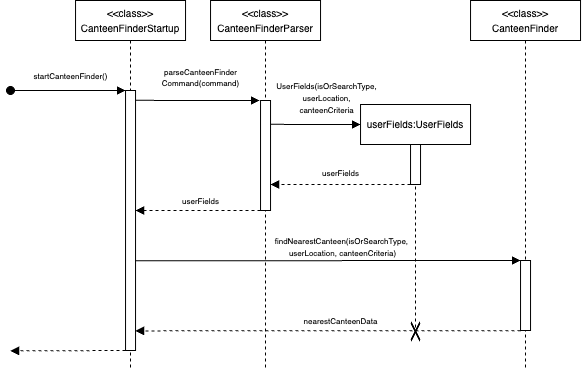
AY2425S2-CS2113-W12-2/tp keeps this draw.io diagram as docs/diagrams/CanteenFinderStartupSequenceDiagram.drawio.png. Above is the earlier version. Source tidied: cells renumbered, new cells last; positions are measured from the earlier drawing's top-left corner, leaving out a move shared by most shapes. Source of this version:
```xml
<mxGraphModel>
  <root>
    <mxCell id="0" />
    <mxCell id="1" parent="0" />
    <mxCell id="2" value="&lt;div&gt;&lt;font style=&quot;font-size: 10px;&quot;&gt;&amp;lt;&amp;lt;class&amp;gt;&amp;gt;&lt;/font&gt;&lt;/div&gt;&lt;font style=&quot;font-size: 10px;&quot;&gt;CanteenFinderParser&lt;/font&gt;" style="shape=umlLifeline;perimeter=lifelinePerimeter;whiteSpace=wrap;html=1;newEdgeStyle={&quot;edgeStyle&quot;:&quot;elbowEdgeStyle&quot;,&quot;elbow&quot;:&quot;vertical&quot;,&quot;curved&quot;:0,&quot;rounded&quot;:0};size=40;" parent="1" vertex="1">
      <mxGeometry x="200" width="110" height="370" as="geometry" />
    </mxCell>
    <mxCell id="3" style="html=1;perimeter=orthogonalPerimeter;targetShapes=umlLifeline;newEdgeStyle={&quot;edgeStyle&quot;:&quot;elbowEdgeStyle&quot;,&quot;elbow&quot;:&quot;vertical&quot;,&quot;curved&quot;:0,&quot;rounded&quot;:0};" parent="2" vertex="1">
      <mxGeometry x="50" y="100" width="10" height="110" as="geometry" />
    </mxCell>
    <mxCell id="4" value="&lt;div style=&quot;line-height: 100%;&quot;&gt;&lt;div&gt;&lt;font style=&quot;font-size: 8px; line-height: 100%;&quot;&gt;parseCanteenFinder&lt;/font&gt;&lt;/div&gt;&lt;div&gt;&lt;font style=&quot;font-size: 8px; line-height: 100%;&quot;&gt;Command(command)&lt;/font&gt;&lt;/div&gt;&lt;/div&gt;" style="html=1;verticalAlign=bottom;startArrow=none;endArrow=block;startSize=8;edgeStyle=elbowEdgeStyle;elbow=vertical;curved=0;rounded=0;startFill=0;labelBackgroundColor=none;" parent="1" edge="1">
      <mxGeometry x="0.06" y="10" relative="1" as="geometry">
        <mxPoint x="124" y="99.8" as="sourcePoint" />
        <mxPoint x="249" y="99.8" as="targetPoint" />
      </mxGeometry>
    </mxCell>
    <mxCell id="5" value="&lt;div&gt;&lt;font style=&quot;font-size: 10px;&quot;&gt;&amp;lt;&amp;lt;class&amp;gt;&amp;gt;&lt;/font&gt;&lt;/div&gt;&lt;font style=&quot;font-size: 10px;&quot;&gt;CanteenFinderStartup&lt;/font&gt;" style="shape=umlLifeline;perimeter=lifelinePerimeter;whiteSpace=wrap;html=1;newEdgeStyle={&quot;edgeStyle&quot;:&quot;elbowEdgeStyle&quot;,&quot;elbow&quot;:&quot;vertical&quot;,&quot;curved&quot;:0,&quot;rounded&quot;:0};size=40;" parent="1" vertex="1">
      <mxGeometry x="65" width="110" height="370" as="geometry" />
    </mxCell>
    <mxCell id="6" style="html=1;perimeter=orthogonalPerimeter;targetShapes=umlLifeline;newEdgeStyle={&quot;edgeStyle&quot;:&quot;elbowEdgeStyle&quot;,&quot;elbow&quot;:&quot;vertical&quot;,&quot;curved&quot;:0,&quot;rounded&quot;:0};" parent="5" vertex="1">
      <mxGeometry x="50" y="90" width="10" height="260" as="geometry" />
    </mxCell>
    <mxCell id="7" style="html=1;verticalAlign=bottom;startArrow=oval;endArrow=block;startSize=8;edgeStyle=elbowEdgeStyle;elbow=horizontal;curved=0;rounded=0;startFill=1;exitX=0.083;exitY=0.233;exitDx=0;exitDy=0;exitPerimeter=0;" parent="1" edge="1">
      <mxGeometry x="0.06" y="-50" relative="1" as="geometry">
        <mxPoint y="90" as="sourcePoint" />
        <mxPoint x="115" y="90" as="targetPoint" />
      </mxGeometry>
    </mxCell>
    <mxCell id="8" style="html=1;verticalAlign=bottom;endArrow=block;edgeStyle=elbowEdgeStyle;elbow=vertical;curved=0;rounded=0;dashed=1;" parent="1" edge="1">
      <mxGeometry relative="1" as="geometry">
        <mxPoint x="115" y="350" as="sourcePoint" />
        <mxPoint y="350.2" as="targetPoint" />
      </mxGeometry>
    </mxCell>
    <mxCell id="9" value="&lt;font style=&quot;line-height: 100%; font-size: 8px;&quot;&gt;startCanteenFinder()&lt;/font&gt;" style="text;html=1;align=center;verticalAlign=middle;strokeColor=none;fillColor=none;" parent="1" vertex="1">
      <mxGeometry x="10" y="60" width="100" height="30" as="geometry" />
    </mxCell>
    <mxCell id="10" style="html=1;verticalAlign=bottom;endArrow=block;edgeStyle=elbowEdgeStyle;elbow=vertical;curved=0;rounded=0;dashed=1;" parent="1" edge="1">
      <mxGeometry relative="1" as="geometry">
        <mxPoint x="250" y="210" as="sourcePoint" />
        <mxPoint x="125" y="210" as="targetPoint" />
        <Array as="points">
          <mxPoint x="180" y="210" />
        </Array>
      </mxGeometry>
    </mxCell>
    <mxCell id="11" value="&lt;div&gt;&lt;span style=&quot;font-size: 10px; background-color: transparent; color: light-dark(rgb(0, 0, 0), rgb(255, 255, 255));&quot;&gt;userFields:UserFields&lt;/span&gt;&lt;/div&gt;" style="shape=umlLifeline;perimeter=lifelinePerimeter;whiteSpace=wrap;html=1;newEdgeStyle={&quot;edgeStyle&quot;:&quot;elbowEdgeStyle&quot;,&quot;elbow&quot;:&quot;vertical&quot;,&quot;curved&quot;:0,&quot;rounded&quot;:0};size=40;" parent="1" vertex="1">
      <mxGeometry x="350" y="104" width="110" height="226" as="geometry" />
    </mxCell>
    <mxCell id="12" style="html=1;perimeter=orthogonalPerimeter;targetShapes=umlLifeline;newEdgeStyle={&quot;edgeStyle&quot;:&quot;elbowEdgeStyle&quot;,&quot;elbow&quot;:&quot;vertical&quot;,&quot;curved&quot;:0,&quot;rounded&quot;:0};" parent="11" vertex="1">
      <mxGeometry x="50" y="40" width="10" height="40" as="geometry" />
    </mxCell>
    <mxCell id="13" style="html=1;verticalAlign=bottom;endArrow=block;edgeStyle=elbowEdgeStyle;elbow=vertical;curved=0;rounded=0;dashed=1;" parent="1" edge="1">
      <mxGeometry relative="1" as="geometry">
        <mxPoint x="400" y="184" as="sourcePoint" />
        <mxPoint x="260" y="184" as="targetPoint" />
        <Array as="points">
          <mxPoint x="275" y="184" />
        </Array>
      </mxGeometry>
    </mxCell>
    <mxCell id="14" style="html=1;verticalAlign=bottom;startArrow=none;endArrow=block;startSize=8;edgeStyle=elbowEdgeStyle;elbow=vertical;curved=0;rounded=0;startFill=0;labelBackgroundColor=none;" parent="1" edge="1">
      <mxGeometry x="0.06" y="10" relative="1" as="geometry">
        <mxPoint x="260" y="123.8" as="sourcePoint" />
        <mxPoint x="350" y="124" as="targetPoint" />
      </mxGeometry>
    </mxCell>
    <mxCell id="15" value="&lt;div style=&quot;line-height: 100%;&quot;&gt;&lt;font style=&quot;font-size: 8px; line-height: 100%;&quot;&gt;UserFields(isOrSearchType,&lt;/font&gt;&lt;div&gt;&lt;font style=&quot;font-size: 8px; line-height: 100%;&quot;&gt;userLocation,&lt;/font&gt;&lt;/div&gt;&lt;div&gt;&lt;font style=&quot;font-size: 8px; line-height: 100%;&quot;&gt;canteenCriteria&lt;/font&gt;&lt;/div&gt;&lt;/div&gt;" style="text;html=1;align=center;verticalAlign=middle;strokeColor=none;fillColor=none;" parent="1" vertex="1">
      <mxGeometry x="256" y="71" width="120" height="50" as="geometry" />
    </mxCell>
    <mxCell id="16" value="&lt;font style=&quot;font-size: 8px;&quot;&gt;userFields&lt;/font&gt;" style="text;html=1;align=center;verticalAlign=middle;strokeColor=none;fillColor=none;" parent="1" vertex="1">
      <mxGeometry x="300" y="157" width="60" height="30" as="geometry" />
    </mxCell>
    <mxCell id="17" value="&lt;font style=&quot;font-size: 8px;&quot;&gt;userFields&lt;/font&gt;" style="text;html=1;align=center;verticalAlign=middle;strokeColor=none;fillColor=none;" parent="1" vertex="1">
      <mxGeometry x="160" y="185" width="60" height="30" as="geometry" />
    </mxCell>
    <mxCell id="18" value="&lt;div&gt;&lt;font style=&quot;font-size: 10px;&quot;&gt;&amp;lt;&amp;lt;class&amp;gt;&amp;gt;&lt;/font&gt;&lt;/div&gt;&lt;font style=&quot;font-size: 10px;&quot;&gt;CanteenFinder&lt;/font&gt;" style="shape=umlLifeline;perimeter=lifelinePerimeter;whiteSpace=wrap;html=1;newEdgeStyle={&quot;edgeStyle&quot;:&quot;elbowEdgeStyle&quot;,&quot;elbow&quot;:&quot;vertical&quot;,&quot;curved&quot;:0,&quot;rounded&quot;:0};size=40;" parent="1" vertex="1">
      <mxGeometry x="460" width="110" height="370" as="geometry" />
    </mxCell>
    <mxCell id="19" style="html=1;perimeter=orthogonalPerimeter;targetShapes=umlLifeline;newEdgeStyle={&quot;edgeStyle&quot;:&quot;elbowEdgeStyle&quot;,&quot;elbow&quot;:&quot;vertical&quot;,&quot;curved&quot;:0,&quot;rounded&quot;:0};" parent="18" vertex="1">
      <mxGeometry x="50" y="260" width="10" height="70" as="geometry" />
    </mxCell>
    <mxCell id="20" style="html=1;verticalAlign=bottom;startArrow=none;endArrow=block;startSize=8;edgeStyle=elbowEdgeStyle;elbow=vertical;curved=0;rounded=0;startFill=0;labelBackgroundColor=none;" parent="1" edge="1">
      <mxGeometry x="0.06" y="10" relative="1" as="geometry">
        <mxPoint x="125" y="260.3" as="sourcePoint" />
        <mxPoint x="510" y="260.3" as="targetPoint" />
      </mxGeometry>
    </mxCell>
    <mxCell id="21" value="&lt;div style=&quot;line-height: 100%;&quot;&gt;&lt;font style=&quot;font-size: 8px; line-height: 100%;&quot;&gt;findNearestCanteen(isOrSearchType,&amp;nbsp;&lt;/font&gt;&lt;div&gt;&lt;font style=&quot;font-size: 8px; line-height: 100%;&quot;&gt;userLocation, canteenCriteria)&lt;/font&gt;&lt;/div&gt;&lt;/div&gt;" style="text;html=1;align=center;verticalAlign=middle;strokeColor=none;fillColor=none;" parent="1" vertex="1">
      <mxGeometry x="252" y="225" width="160" height="40" as="geometry" />
    </mxCell>
    <mxCell id="22" style="html=1;verticalAlign=bottom;endArrow=block;edgeStyle=elbowEdgeStyle;elbow=vertical;curved=0;rounded=0;dashed=1;" parent="1" edge="1">
      <mxGeometry relative="1" as="geometry">
        <mxPoint x="510" y="330.1" as="sourcePoint" />
        <mxPoint x="125" y="330.1" as="targetPoint" />
      </mxGeometry>
    </mxCell>
    <mxCell id="23" value="&lt;div style=&quot;line-height: 100%;&quot;&gt;&lt;span style=&quot;font-size: 8px;&quot;&gt;nearestCanteenData&lt;/span&gt;&lt;/div&gt;" style="text;html=1;align=center;verticalAlign=middle;strokeColor=none;fillColor=none;" parent="1" vertex="1">
      <mxGeometry x="280" y="305" width="100" height="30" as="geometry" />
    </mxCell>
    <mxCell id="24" style="shape=mxgraph.mockup.markup.redX;fillColor=#000000;html=1;shadow=0;whiteSpace=wrap;strokeColor=none;rotation=90;" parent="1" vertex="1">
      <mxGeometry x="395" y="326" width="20" height="10" as="geometry" />
    </mxCell>
  </root>
</mxGraphModel>
```
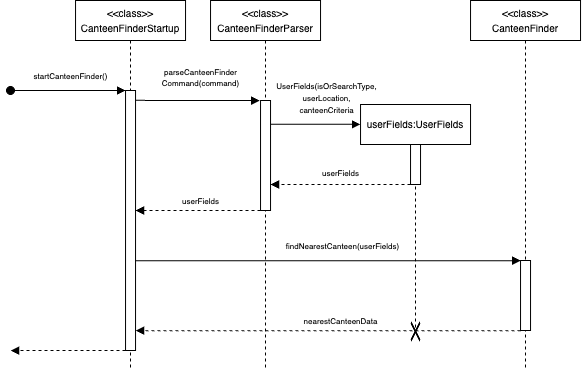
The same file after the commit.

Commit message:
Change UserFields to be a class for better abstraction

Change to the diagram source:
```diff
@@ -86,8 +86,8 @@
         <mxPoint x="510" y="260.3" as="targetPoint" />
       </mxGeometry>
     </mxCell>
-    <mxCell id="21" value="&lt;div style=&quot;line-height: 100%;&quot;&gt;&lt;font style=&quot;font-size: 8px; line-height: 100%;&quot;&gt;findNearestCanteen(isOrSearchType,&amp;nbsp;&lt;/font&gt;&lt;div&gt;&lt;font style=&quot;font-size: 8px; line-height: 100%;&quot;&gt;userLocation, canteenCriteria)&lt;/font&gt;&lt;/div&gt;&lt;/div&gt;" style="text;html=1;align=center;verticalAlign=middle;strokeColor=none;fillColor=none;" parent="1" vertex="1">
-      <mxGeometry x="252" y="225" width="160" height="40" as="geometry" />
+    <mxCell id="21" value="&lt;div style=&quot;line-height: 100%;&quot;&gt;&lt;font style=&quot;font-size: 8px; line-height: 100%;&quot;&gt;findNearestCanteen(userFields&lt;/font&gt;&lt;span style=&quot;font-size: 8px; background-color: transparent; color: light-dark(rgb(0, 0, 0), rgb(255, 255, 255));&quot;&gt;)&lt;/span&gt;&lt;/div&gt;" style="text;html=1;align=center;verticalAlign=middle;strokeColor=none;fillColor=none;" parent="1" vertex="1">
+      <mxGeometry x="262" y="230" width="140" height="30" as="geometry" />
     </mxCell>
     <mxCell id="22" style="html=1;verticalAlign=bottom;endArrow=block;edgeStyle=elbowEdgeStyle;elbow=vertical;curved=0;rounded=0;dashed=1;" parent="1" edge="1">
       <mxGeometry relative="1" as="geometry">
```
